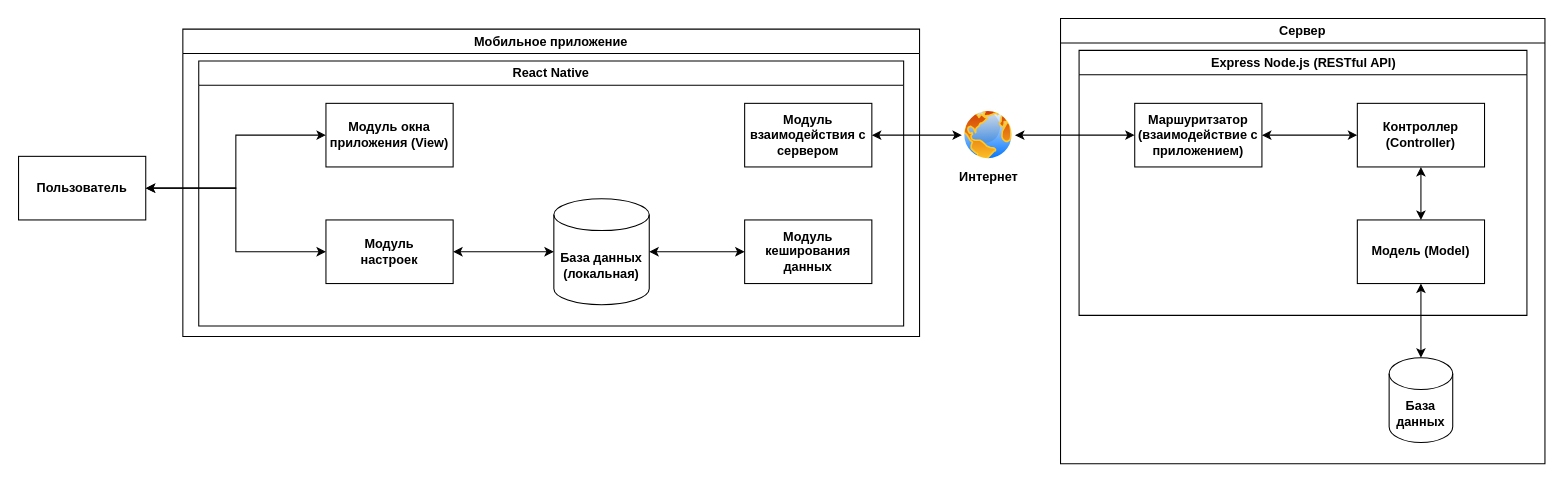
Earlier version of the draw.io diagram Diagrams/Схема_высокоуровненвой_архитектуры.drawio (Torbell27/Stay-Focused). Source tidied: cells renumbered, new cells numbered last; positions are measured from the earlier drawing's top-left corner, leaving out a move shared by most shapes. Both pictures are drawn from the tidied source at 106%, with x=0, y=0 at pixel (18, 18).
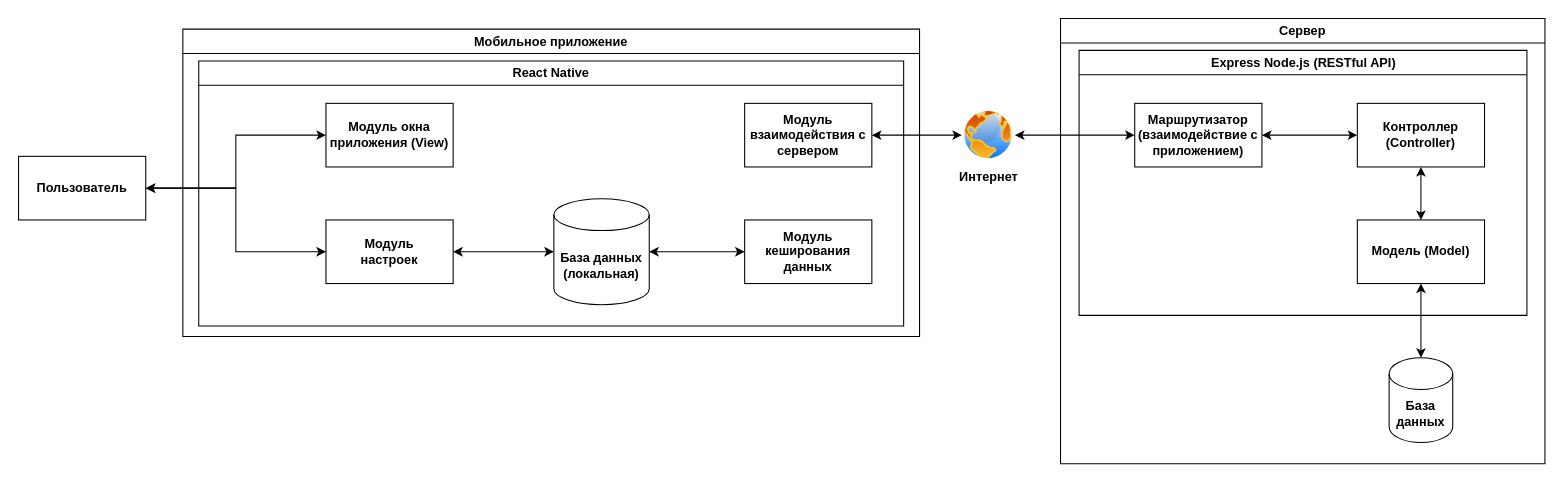
The same diagram, later.

The change refers to these unchanged cells:
```xml
<mxCell id="3" value="Express Node.js (RESTful API)" style="swimlane;whiteSpace=wrap;html=1;startSize=23;" parent="2" vertex="1">
  <mxGeometry x="17.5" y="30" width="422.5" height="250" as="geometry" />
</mxCell>
```

Diff of the diagram source:
```diff
@@
-    <mxCell id="5" value="Маршуритзатор (взаимодействие с приложением)" style="rounded=0;whiteSpace=wrap;html=1;fontStyle=1;" parent="3" vertex="1">
+    <mxCell id="5" value="Маршрутизатор (взаимодействие с приложением)" style="rounded=0;whiteSpace=wrap;html=1;fontStyle=1;" parent="3" vertex="1">
       <mxGeometry x="52.5" y="50" width="120" height="60" as="geometry" />
     </mxCell>
```
